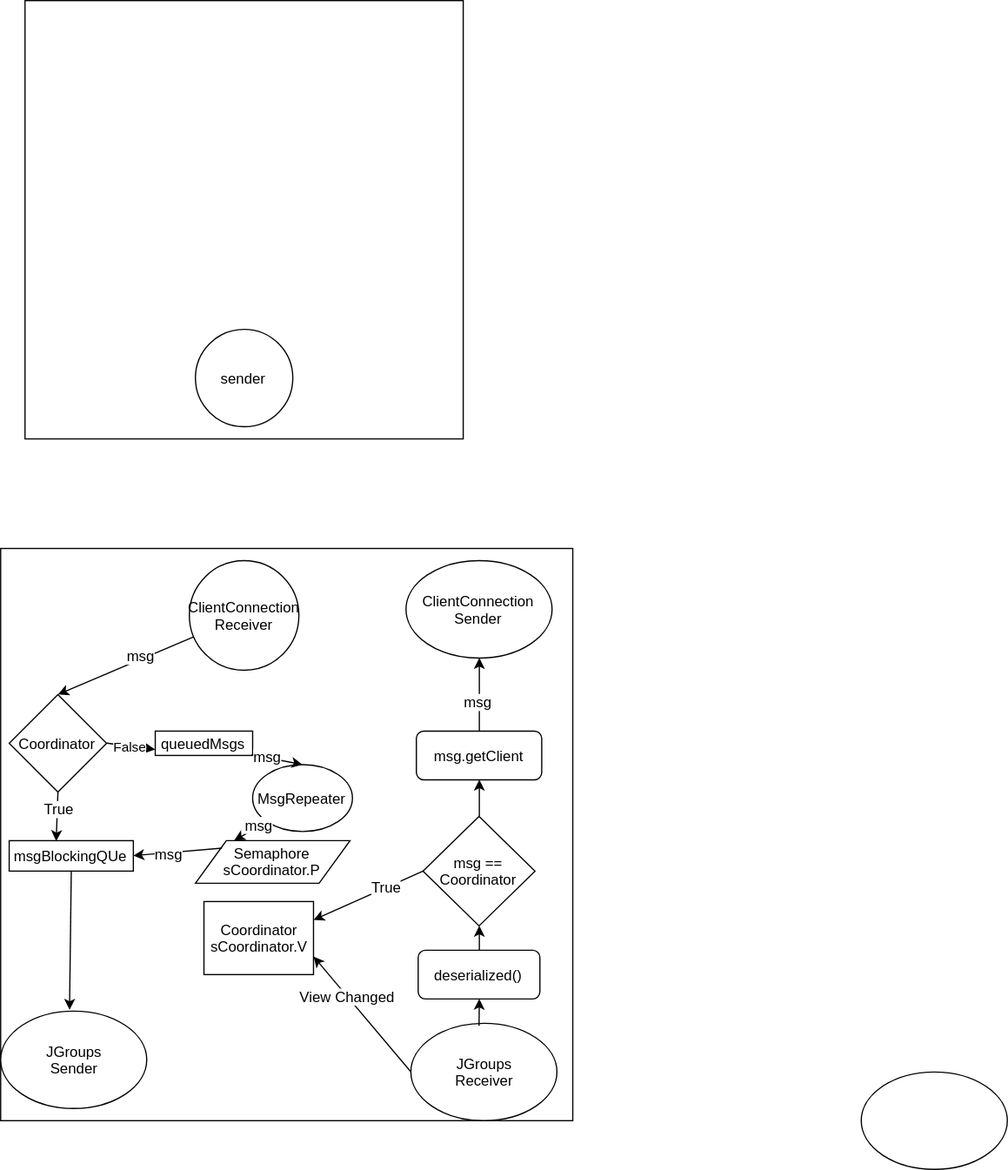
Above: Client-FrontEnd-ReplicaManager.svg in JohanHaggmark/DistributedMessaging (draw.io), before the change. Source tidied: cells renumbered, new cells last; positions are measured from the earlier drawing's top-left corner, leaving out a move shared by most shapes. Source of this version:
```xml
<mxGraphModel>
  <root>
    <mxCell id="0" />
    <mxCell id="1" parent="0" />
    <mxCell id="2" style="whiteSpace=wrap;html=1;" parent="1" vertex="1">
      <mxGeometry x="20" width="360" height="360" as="geometry" />
    </mxCell>
    <mxCell id="3" value="sender" style="ellipse;whiteSpace=wrap;html=1;" parent="1" vertex="1">
      <mxGeometry x="160" y="270" width="80" height="80" as="geometry" />
    </mxCell>
    <mxCell id="4" style="whiteSpace=wrap;html=1;" parent="1" vertex="1">
      <mxGeometry y="450" width="470" height="470" as="geometry" />
    </mxCell>
    <mxCell id="5" value="ClientConnection&lt;br&gt;Receiver&lt;br&gt;" style="ellipse;whiteSpace=wrap;html=1;" parent="1" vertex="1">
      <mxGeometry x="155" y="460" width="90" height="90" as="geometry" />
    </mxCell>
    <mxCell id="6" value="JGroups&lt;br&gt;Sender&lt;br&gt;" style="ellipse;whiteSpace=wrap;html=1;" parent="1" vertex="1">
      <mxGeometry y="830" width="120" height="80" as="geometry" />
    </mxCell>
    <mxCell id="7" value="Coordinator" style="rhombus;whiteSpace=wrap;html=1;" parent="1" vertex="1">
      <mxGeometry x="7" y="570" width="80" height="80" as="geometry" />
    </mxCell>
    <mxCell id="8" style="endArrow=classic;html=1;entryX=0.5;entryY=0;entryDx=0;entryDy=0;" parent="1" edge="1" source="5" target="7">
      <mxGeometry relative="1" as="geometry" />
    </mxCell>
    <mxCell id="9" value="msg" style="text;html=1;align=center;verticalAlign=middle;labelBackgroundColor=#ffffff;" parent="8" vertex="1">
      <mxGeometry x="-0.24" y="-3" relative="1" as="geometry" />
    </mxCell>
    <mxCell id="10" style="ellipse;whiteSpace=wrap;html=1;" parent="1" vertex="1">
      <mxGeometry x="707" y="880" width="120" height="80" as="geometry" />
    </mxCell>
    <mxCell id="11" value="msgBlockingQUe" style="rounded=0;whiteSpace=wrap;html=1;" parent="1" vertex="1">
      <mxGeometry x="7" y="690" width="102" height="25" as="geometry" />
    </mxCell>
    <mxCell id="12" value="queuedMsgs" style="rounded=0;whiteSpace=wrap;html=1;" parent="1" vertex="1">
      <mxGeometry x="127" y="600" width="80" height="20" as="geometry" />
    </mxCell>
    <mxCell id="13" value="False" style="endArrow=classic;html=1;entryX=0;entryY=0.75;entryDx=0;entryDy=0;exitX=1;exitY=0.5;exitDx=0;exitDy=0;" parent="1" edge="1" source="7" target="12">
      <mxGeometry relative="1" as="geometry" />
    </mxCell>
    <mxCell id="14" style="endArrow=classic;html=1;entryX=0.378;entryY=0.011;entryDx=0;entryDy=0;exitX=0.5;exitY=1;exitDx=0;exitDy=0;entryPerimeter=0;" parent="1" edge="1" source="7" target="11">
      <mxGeometry relative="1" as="geometry" />
    </mxCell>
    <mxCell id="15" value="True" style="text;html=1;align=center;verticalAlign=middle;labelBackgroundColor=#ffffff;" parent="14" vertex="1">
      <mxGeometry x="-0.32" y="2" relative="1" as="geometry">
        <mxPoint x="-1" as="offset" />
      </mxGeometry>
    </mxCell>
    <mxCell id="16" value="JGroups&lt;br&gt;Receiver&lt;br&gt;" style="ellipse;whiteSpace=wrap;html=1;" parent="1" vertex="1">
      <mxGeometry x="337" y="840" width="120" height="80" as="geometry" />
    </mxCell>
    <mxCell id="17" value="Coordinator&lt;br&gt;sCoordinator.V&lt;br&gt;" style="rounded=0;whiteSpace=wrap;html=1;" parent="1" vertex="1">
      <mxGeometry x="167" y="740" width="90" height="60" as="geometry" />
    </mxCell>
    <mxCell id="18" style="endArrow=classic;html=1;entryX=1;entryY=0.75;entryDx=0;entryDy=0;exitX=0;exitY=0.5;exitDx=0;exitDy=0;" parent="1" edge="1" source="16" target="17">
      <mxGeometry relative="1" as="geometry" />
    </mxCell>
    <mxCell id="19" value="View Changed" style="text;html=1;align=center;verticalAlign=middle;labelBackgroundColor=#ffffff;" parent="18" vertex="1">
      <mxGeometry x="0.3" relative="1" as="geometry" />
    </mxCell>
    <mxCell id="20" style="endArrow=classic;html=1;entryX=1;entryY=0.25;entryDx=0;entryDy=0;exitX=0.076;exitY=0.467;exitDx=0;exitDy=0;exitPerimeter=0;" parent="1" edge="1" source="27" target="17">
      <mxGeometry relative="1" as="geometry" />
    </mxCell>
    <mxCell id="21" value="True" style="text;html=1;align=center;verticalAlign=middle;labelBackgroundColor=#ffffff;" parent="20" vertex="1">
      <mxGeometry x="-0.43" y="-2" relative="1" as="geometry">
        <mxPoint x="-9" y="5.5" as="offset" />
      </mxGeometry>
    </mxCell>
    <mxCell id="22" value="ClientConnection Sender" style="ellipse;whiteSpace=wrap;html=1;" parent="1" vertex="1">
      <mxGeometry x="333" y="460" width="120" height="80" as="geometry" />
    </mxCell>
    <mxCell id="23" style="endArrow=classic;html=1;exitX=0.5;exitY=1;exitDx=0;exitDy=0;entryX=0.47;entryY=-0.011;entryDx=0;entryDy=0;entryPerimeter=0;" parent="1" edge="1" source="11" target="6">
      <mxGeometry relative="1" as="geometry" />
    </mxCell>
    <mxCell id="24" value="MsgRepeater" style="ellipse;whiteSpace=wrap;html=1;" parent="1" vertex="1">
      <mxGeometry x="207" y="627.5" width="82" height="55" as="geometry" />
    </mxCell>
    <mxCell id="25" style="endArrow=classic;html=1;entryX=0.5;entryY=0;entryDx=0;entryDy=0;exitX=0.989;exitY=0.971;exitDx=0;exitDy=0;exitPerimeter=0;" parent="1" edge="1" source="12" target="24">
      <mxGeometry relative="1" as="geometry" />
    </mxCell>
    <mxCell id="26" value="msg" style="text;html=1;align=center;verticalAlign=middle;labelBackgroundColor=#ffffff;" parent="25" vertex="1">
      <mxGeometry x="-0.4" y="1" relative="1" as="geometry" />
    </mxCell>
    <mxCell id="27" value="msg == Coordinator" style="rhombus;whiteSpace=wrap;html=1;" parent="1" vertex="1">
      <mxGeometry x="347" y="670" width="92" height="90" as="geometry" />
    </mxCell>
    <mxCell id="28" value="Semaphore&lt;br&gt;sCoordinator.P&lt;br&gt;" style="shape=parallelogram;perimeter=parallelogramPerimeter;whiteSpace=wrap;html=1;" parent="1" vertex="1">
      <mxGeometry x="160" y="690" width="127" height="35" as="geometry" />
    </mxCell>
    <mxCell id="29" style="endArrow=classic;html=1;entryX=0.25;entryY=0;entryDx=0;entryDy=0;exitX=0;exitY=1;exitDx=0;exitDy=0;" parent="1" edge="1" source="24" target="28">
      <mxGeometry relative="1" as="geometry" />
    </mxCell>
    <mxCell id="30" value="msg" style="text;html=1;align=center;verticalAlign=middle;labelBackgroundColor=#ffffff;" parent="29" vertex="1">
      <mxGeometry x="-0.53" y="-1" relative="1" as="geometry" />
    </mxCell>
    <mxCell id="31" style="endArrow=classic;html=1;exitX=0.173;exitY=0.171;exitDx=0;exitDy=0;exitPerimeter=0;entryX=1;entryY=0.5;entryDx=0;entryDy=0;" parent="1" edge="1" source="28" target="11">
      <mxGeometry relative="1" as="geometry" />
    </mxCell>
    <mxCell id="32" value="msg" style="text;html=1;align=center;verticalAlign=middle;labelBackgroundColor=#ffffff;" parent="31" vertex="1">
      <mxGeometry x="0.18" y="1" relative="1" as="geometry" />
    </mxCell>
    <mxCell id="33" value="deserialized()" style="rounded=1;whiteSpace=wrap;html=1;" parent="1" vertex="1">
      <mxGeometry x="343" y="780" width="100" height="40" as="geometry" />
    </mxCell>
    <mxCell id="34" style="endArrow=classic;html=1;entryX=0.5;entryY=1;entryDx=0;entryDy=0;" parent="1" edge="1" target="33">
      <mxGeometry relative="1" as="geometry">
        <mxPoint x="393" y="842" as="sourcePoint" />
      </mxGeometry>
    </mxCell>
    <mxCell id="35" style="endArrow=classic;html=1;entryX=0.5;entryY=1;entryDx=0;entryDy=0;exitX=0.5;exitY=0;exitDx=0;exitDy=0;" parent="1" edge="1" source="33" target="27">
      <mxGeometry relative="1" as="geometry" />
    </mxCell>
    <mxCell id="36" value="msg.getClient" style="rounded=1;whiteSpace=wrap;html=1;" parent="1" vertex="1">
      <mxGeometry x="341.5" y="600" width="103" height="40" as="geometry" />
    </mxCell>
    <mxCell id="37" style="endArrow=classic;html=1;entryX=0.5;entryY=1;entryDx=0;entryDy=0;exitX=0.5;exitY=0;exitDx=0;exitDy=0;" parent="1" edge="1" source="27" target="36">
      <mxGeometry relative="1" as="geometry" />
    </mxCell>
    <mxCell id="38" style="endArrow=classic;html=1;entryX=0.5;entryY=1;entryDx=0;entryDy=0;exitX=0.5;exitY=0;exitDx=0;exitDy=0;" parent="1" edge="1" source="36" target="22">
      <mxGeometry relative="1" as="geometry" />
    </mxCell>
    <mxCell id="39" value="msg" style="text;html=1;align=center;verticalAlign=middle;labelBackgroundColor=#ffffff;" parent="38" vertex="1">
      <mxGeometry x="-0.2" y="1" relative="1" as="geometry" />
    </mxCell>
  </root>
</mxGraphModel>
```
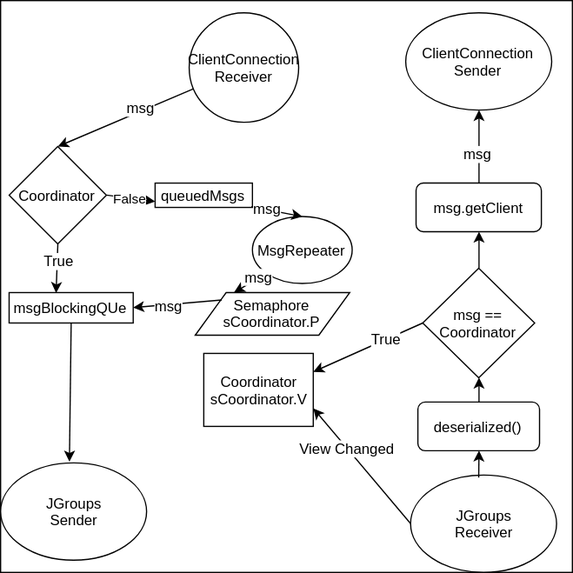
After the commit.

Diff of the diagram source:
```diff
@@ -2,12 +2,6 @@
   <root>
     <mxCell id="0" />
     <mxCell id="1" parent="0" />
-    <mxCell id="2" style="whiteSpace=wrap;html=1;" parent="1" vertex="1">
-      <mxGeometry x="20" width="360" height="360" as="geometry" />
-    </mxCell>
-    <mxCell id="3" value="sender" style="ellipse;whiteSpace=wrap;html=1;" parent="1" vertex="1">
-      <mxGeometry x="160" y="270" width="80" height="80" as="geometry" />
-    </mxCell>
     <mxCell id="4" style="whiteSpace=wrap;html=1;" parent="1" vertex="1">
       <mxGeometry y="450" width="470" height="470" as="geometry" />
     </mxCell>
@@ -26,9 +20,6 @@
     <mxCell id="9" value="msg" style="text;html=1;align=center;verticalAlign=middle;labelBackgroundColor=#ffffff;" parent="8" vertex="1">
       <mxGeometry x="-0.24" y="-3" relative="1" as="geometry" />
     </mxCell>
-    <mxCell id="10" style="ellipse;whiteSpace=wrap;html=1;" parent="1" vertex="1">
-      <mxGeometry x="707" y="880" width="120" height="80" as="geometry" />
-    </mxCell>
     <mxCell id="11" value="msgBlockingQUe" style="rounded=0;whiteSpace=wrap;html=1;" parent="1" vertex="1">
       <mxGeometry x="7" y="690" width="102" height="25" as="geometry" />
     </mxCell>
```
